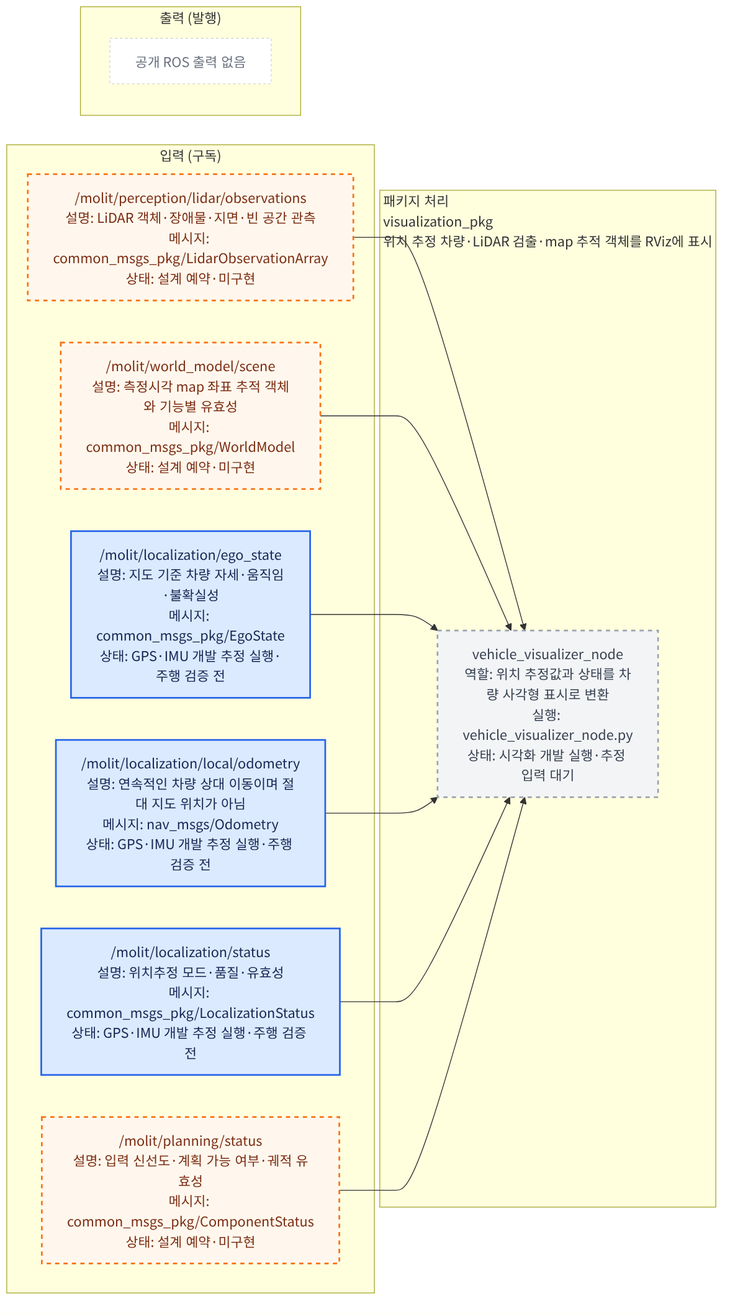
The Mermaid diagram src/visualization_pkg/docs/interface_io.png in Team-Stier/Morai_Sim_team2, before a commit. Its source is kept beside it as src/visualization_pkg/docs/interface_io.mmd.
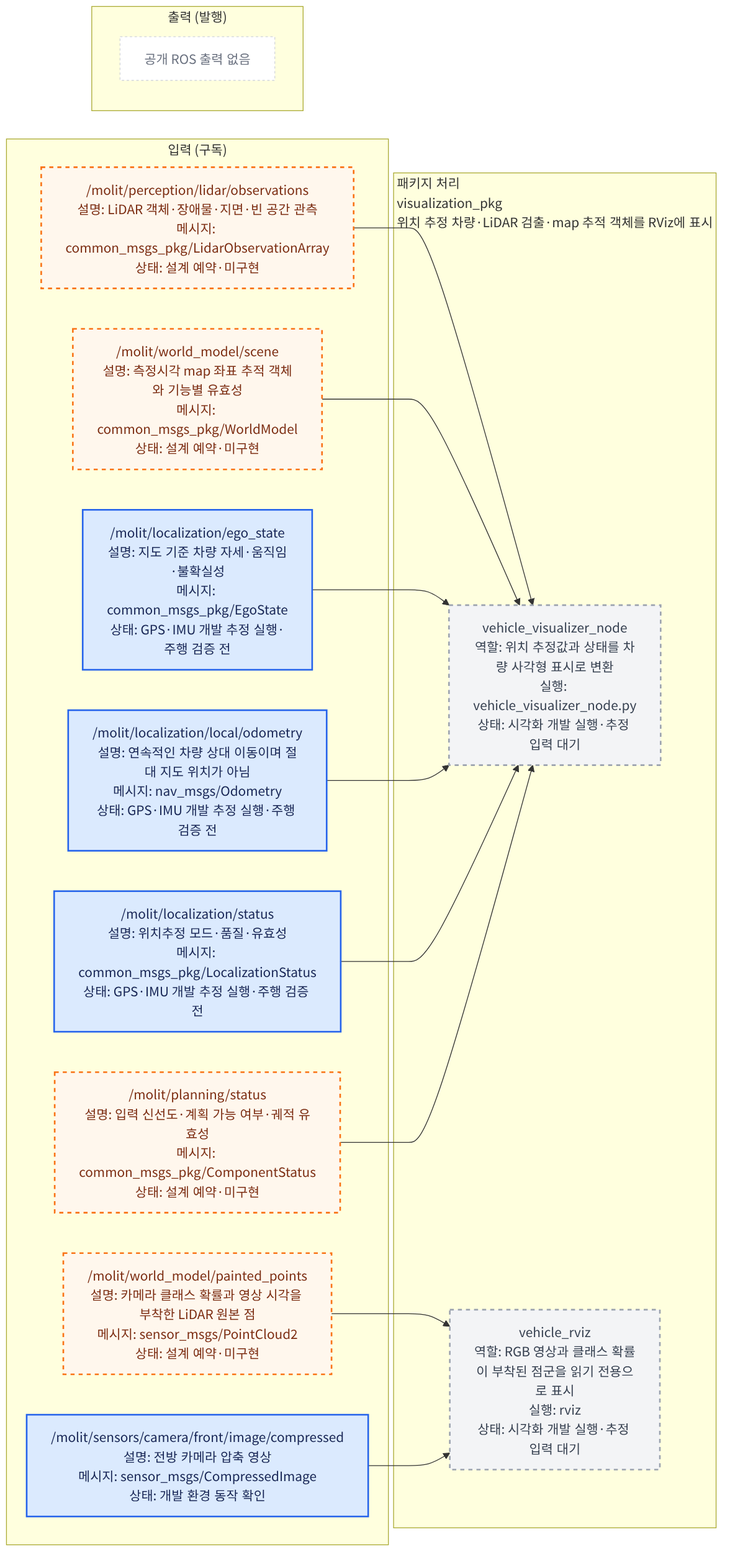
After the change.

Diff of the diagram source:
```diff
@@ -13,9 +13,12 @@
         input_003["/molit/localization/local/odometry<br/>설명: 연속적인 차량 상대 이동이며 절대 지도 위치가 아님<br/>메시지: nav_msgs/Odometry<br/>상태: GPS·IMU 개발 추정 실행·주행 검증 전"]
         input_004["/molit/localization/status<br/>설명: 위치추정 모드·품질·유효성<br/>메시지: common_msgs_pkg/LocalizationStatus<br/>상태: GPS·IMU 개발 추정 실행·주행 검증 전"]
         input_005["/molit/planning/status<br/>설명: 입력 신선도·계획 가능 여부·궤적 유효성<br/>메시지: common_msgs_pkg/ComponentStatus<br/>상태: 설계 예약·미구현"]
+        input_006["/molit/world_model/painted_points<br/>설명: 카메라 클래스 확률과 영상 시각을 부착한 LiDAR 원본 점<br/>메시지: sensor_msgs/PointCloud2<br/>상태: 설계 예약·미구현"]
+        input_007["/molit/sensors/camera/front/image/compressed<br/>설명: 전방 카메라 압축 영상<br/>메시지: sensor_msgs/CompressedImage<br/>상태: 개발 환경 동작 확인"]
     end
     subgraph PACKAGE["패키지 처리<br/>visualization_pkg<br/>위치 추정 차량·LiDAR 검출·map 추적 객체를 RViz에 표시"]
         local_node_000["vehicle_visualizer_node<br/>역할: 위치 추정값과 상태를 차량 사각형 표시로 변환<br/>실행: vehicle_visualizer_node.py<br/>상태: 시각화 개발 실행·추정 입력 대기"]
+        local_node_001["vehicle_rviz<br/>역할: RGB 영상과 클래스 확률이 부착된 점군을 읽기 전용으로 표시<br/>실행: rviz<br/>상태: 시각화 개발 실행·추정 입력 대기"]
     end
     subgraph OUTPUTS["출력 (발행)"]
         no_outputs["공개 ROS 출력 없음"]
@@ -28,11 +31,16 @@
     input_003 --> local_node_000
     input_004 --> local_node_000
     input_005 --> local_node_000
+    input_006 --> local_node_001
+    input_007 --> local_node_001
 
     class local_node_000 reservedNode;
+    class local_node_001 reservedNode;
     class input_000 reservedTopic;
     class input_001 reservedTopic;
     class input_002 liveTopic;
     class input_003 liveTopic;
     class input_004 liveTopic;
     class input_005 reservedTopic;
+    class input_006 reservedTopic;
+    class input_007 liveTopic;
```
